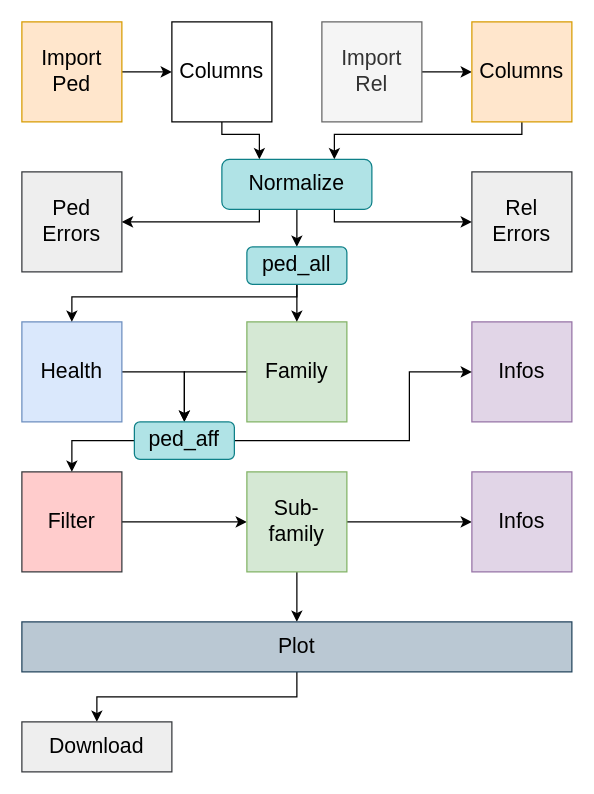
LouisLeNezet/Pedixplorer keeps this draw.io diagram as inst/figures/ShinyAppDiagram.drawio. Above is the earlier version. Source tidied: cells renumbered, new cells numbered last; positions are measured from the earlier drawing's top-left corner, leaving out a move shared by most shapes. Both pictures are drawn from the tidied source at 125%, with x=0, y=0 at pixel (21, 21).
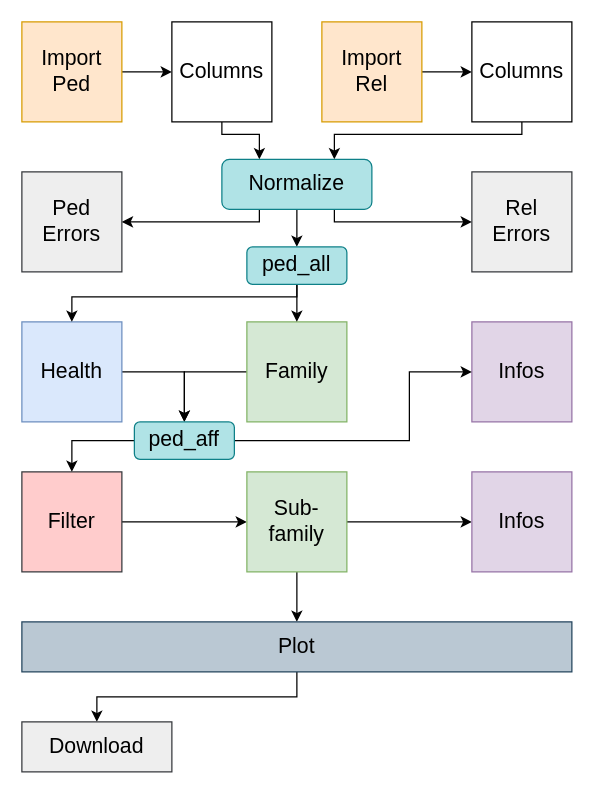
Above is the later version.

Change to the diagram source:
```diff
@@
-    <mxCell id="6" value="Import&lt;br style=&quot;font-size: 17px;&quot;&gt;Rel" style="whiteSpace=wrap;html=1;fillColor=#f5f5f5;fontColor=#333333;strokeColor=#666666;fontSize=17;" parent="1" vertex="1">
+    <mxCell id="6" value="Import&lt;br style=&quot;font-size: 17px;&quot;&gt;Rel" style="whiteSpace=wrap;html=1;fillColor=#ffe6cc;strokeColor=#d79b00;fontSize=17;" parent="1" vertex="1">
       <mxGeometry x="240" width="80" height="80" as="geometry" />
     </mxCell>
@@
-    <mxCell id="8" value="Columns" style="whiteSpace=wrap;html=1;fontSize=17;fillColor=#ffe6cc;strokeColor=#d79b00;" parent="1" vertex="1">
+    <mxCell id="8" value="Columns" style="whiteSpace=wrap;html=1;fontSize=17;" parent="1" vertex="1">
       <mxGeometry x="360" width="80" height="80" as="geometry" />
     </mxCell>
```
